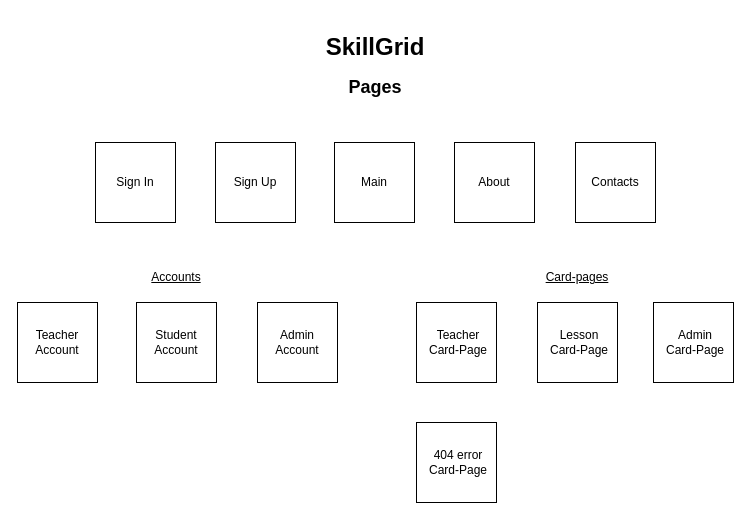
Before: Main Elements Diagram.drawio in GregSharov/SkillGrid, a draw.io diagram. Source tidied: cells renumbered, new cells numbered last; positions are measured from the earlier drawing's top-left corner, leaving out a move shared by most shapes. Both pictures are drawn from the tidied source at 100%, with x=0, y=0 at pixel (17, 32).
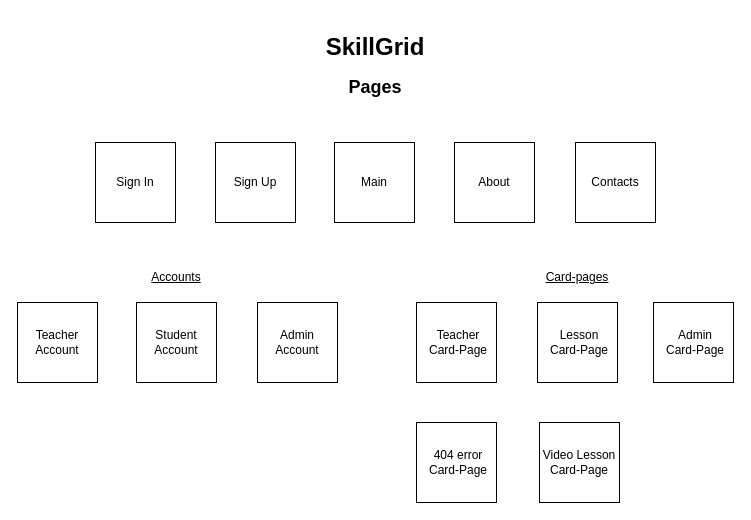
The same diagram, later.

Commit message:
add Video Lesson Card-Page element

Diff of the diagram source:
```diff
@@
+    <mxCell id="30" style="whiteSpace=wrap;html=1;" parent="1" vertex="1">
+      <mxGeometry x="522" y="390" width="80" height="80" as="geometry" />
+    </mxCell>
+    <mxCell id="31" value="Video Lesson Card-Page" style="text;html=1;align=center;verticalAlign=middle;whiteSpace=wrap;rounded=0;" parent="1" vertex="1">
+      <mxGeometry x="522" y="415" width="80" height="30" as="geometry" />
+    </mxCell>
```
